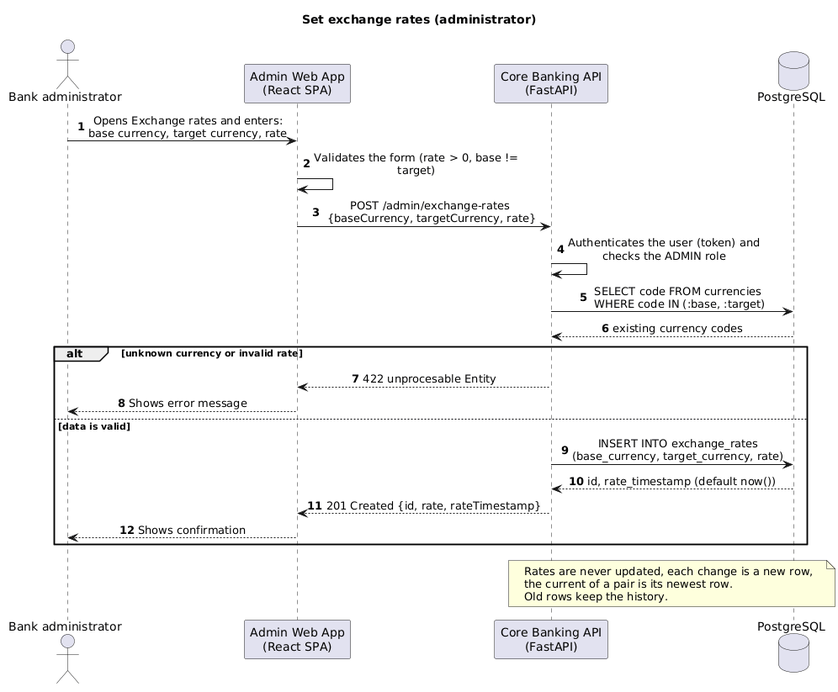
Earlier version of the PlantUML export docs/sequence_diagrams/png/set_exchange_rates_sequence.png (K0D1Z/software-engineering-project).
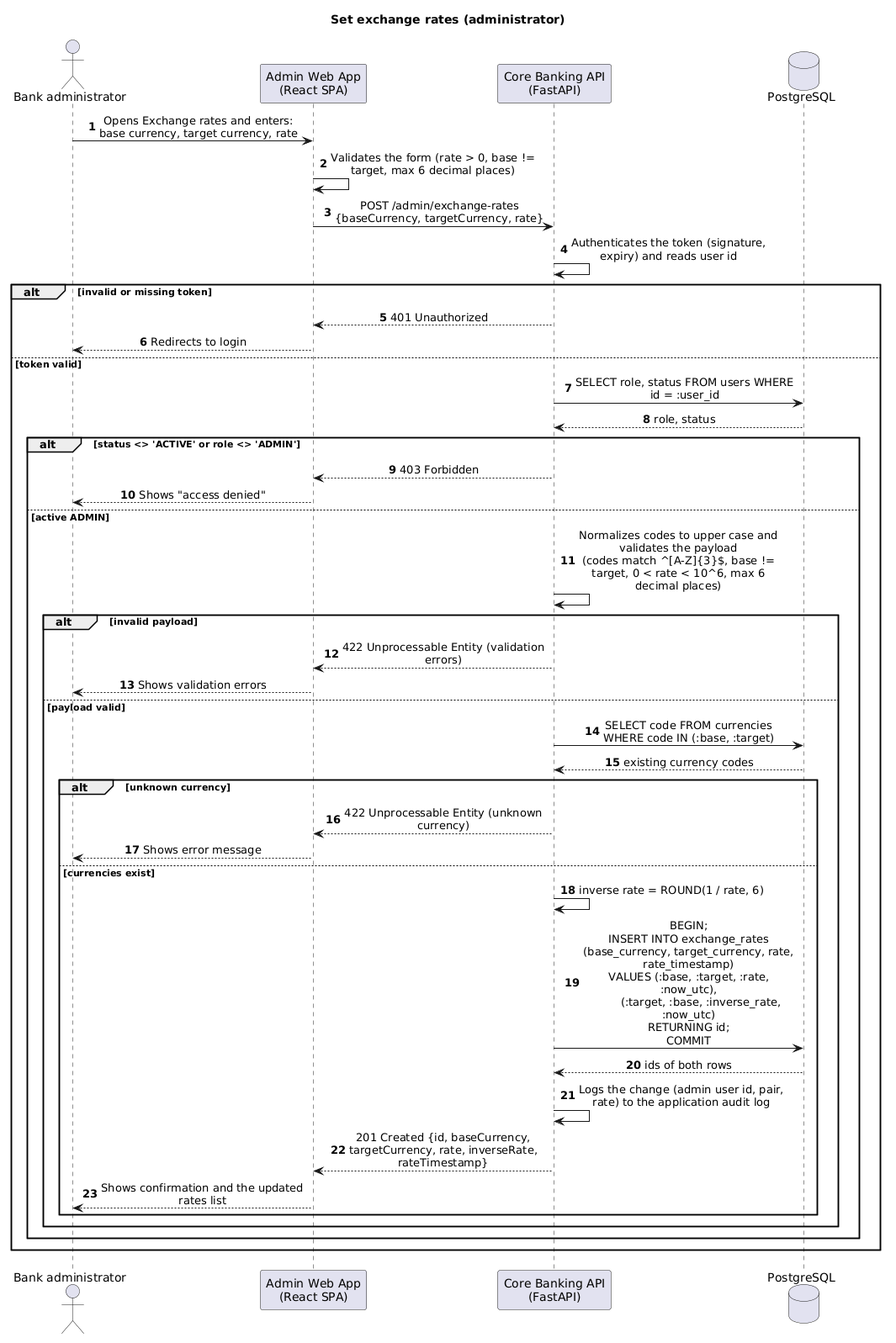
The same diagram one commit later.

Change to the diagram source:
```diff
@@ -10,21 +10,39 @@
 database "PostgreSQL" as db
 
 admin -> spa : Opens Exchange rates and enters: base currency, target currency, rate
-spa -> spa : Validates the form (rate > 0, base != target)
-spa -> api : POST /admin/exchange-rates\n {baseCurrency, targetCurrency, rate}
-api -> api : Authenticates the user (token) and checks the ADMIN role
-api -> db : SELECT code FROM currencies\n WHERE code IN (:base, :target)
-db --> api : existing currency codes
+spa -> spa : Validates the form (rate > 0, base != target, max 6 decimal places)
+spa -> api : POST /admin/exchange-rates\n{baseCurrency, targetCurrency, rate}
+api -> api : Authenticates the token (signature, expiry) and reads user id
 
-alt unknown currency or invalid rate
-api --> spa : 422 unprocesable Entity
-spa --> admin : Shows error message
-else data is valid
-api -> db : INSERT INTO exchange_rates (base_currency, target_currency, rate)
-db --> api : id, rate_timestamp (default now())
-api --> spa : 201 Created {id, rate, rateTimestamp}
-spa --> admin : Shows confirmation
+alt invalid or missing token
+    api --> spa : 401 Unauthorized
+    spa --> admin : Redirects to login
+else token valid
+    api -> db : SELECT role, status FROM users WHERE id = :user_id
+    db --> api : role, status
+    alt status <> 'ACTIVE' or role <> 'ADMIN'
+        api --> spa : 403 Forbidden
+        spa --> admin : Shows "access denied"
+    else active ADMIN
+        api -> api : Normalizes codes to upper case and validates the payload\n(codes match ^[A-Z]{3}$, base != target, 0 < rate < 10^6, max 6 decimal places)
+        alt invalid payload
+            api --> spa : 422 Unprocessable Entity (validation errors)
+            spa --> admin : Shows validation errors
+        else payload valid
+            api -> db : SELECT code FROM currencies\nWHERE code IN (:base, :target)
+            db --> api : existing currency codes
+            alt unknown currency
+                api --> spa : 422 Unprocessable Entity (unknown currency)
+                spa --> admin : Shows error message
+            else currencies exist
+                api -> api : inverse rate = ROUND(1 / rate, 6)
+                api -> db : BEGIN;\nINSERT INTO exchange_rates (base_currency, target_currency, rate, rate_timestamp)\nVALUES (:base, :target, :rate, :now_utc),\n       (:target, :base, :inverse_rate, :now_utc)\nRETURNING id;\nCOMMIT
+                db --> api : ids of both rows
+                api -> api : Logs the change (admin user id, pair, rate) to the application audit log
+                api --> spa : 201 Created {id, baseCurrency, targetCurrency, rate, inverseRate, rateTimestamp}
+                spa --> admin : Shows confirmation and the updated rates list
+            end
+        end
+    end
 end
-
-Note over api,db : Rates are never updated, each change is a new row,\nthe current of a pair is its newest row.\nOld rows keep the history.
 @enduml
```
